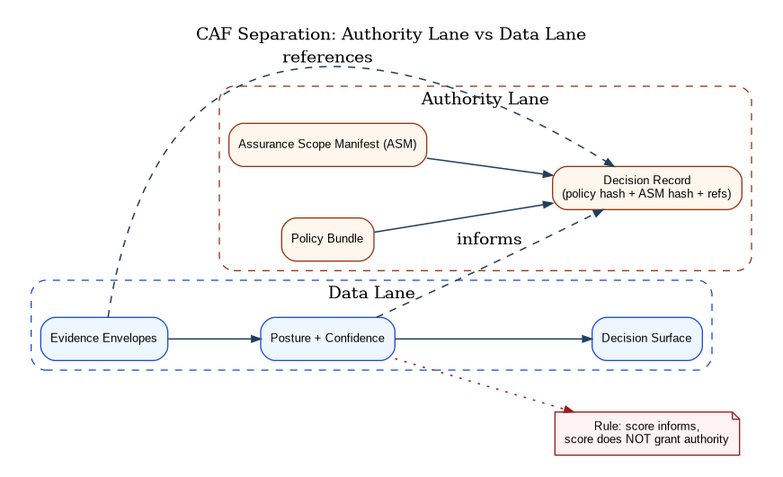
Earlier version of the Graphviz export papers/caf-ra/diagrams/caf_authority_data_separation.png (anboas/Whitepaper). Its source is kept beside it as papers/caf-ra/diagrams-src/caf_authority_data_separation.dot. The source it was exported from:
```dot
digraph CAFAuthorityData {
  rankdir=LR;
  graph [bgcolor="white", pad="0.25", nodesep="0.6", ranksep="0.7", labelloc="t", label="CAF Separation: Authority Lane vs Data Lane"];
  node [shape=box, style="rounded,filled", fillcolor="#F8FAFC", color="#204060", fontname="Arial", fontsize=10];
  edge [color="#204060", arrowsize=0.75, penwidth=1.15];

  subgraph cluster_auth {
    label="Authority Lane";
    color="#9A3412";
    style="rounded,dashed";
    ASM [label="Assurance Scope Manifest (ASM)", fillcolor="#FFF7ED", color="#9A3412"];
    Policy [label="Policy Bundle", fillcolor="#FFF7ED", color="#9A3412"];
    Decision [label="Decision Record\n(policy hash + ASM hash + refs)", fillcolor="#FFF7ED", color="#9A3412"];
    ASM -> Decision;
    Policy -> Decision;
  }

  subgraph cluster_data {
    label="Data Lane";
    color="#1D4ED8";
    style="rounded,dashed";
    Evidence [label="Evidence Envelopes", fillcolor="#EEF6FF", color="#1D4ED8"];
    Posture [label="Posture + Confidence", fillcolor="#EEF6FF", color="#1D4ED8"];
    Surface [label="Decision Surface", fillcolor="#EEF6FF", color="#1D4ED8"];
    Evidence -> Posture -> Surface;
  }

  Evidence -> Decision [label="references", style=dashed];
  Posture -> Decision [label="informs", style=dashed];

  Guard [label="Rule: score informs,\nscore does NOT grant authority", shape=note, fillcolor="#FEF2F2", color="#991B1B", fontsize=10];
  Posture -> Guard [style=dotted, color="#991B1B"];
}
```
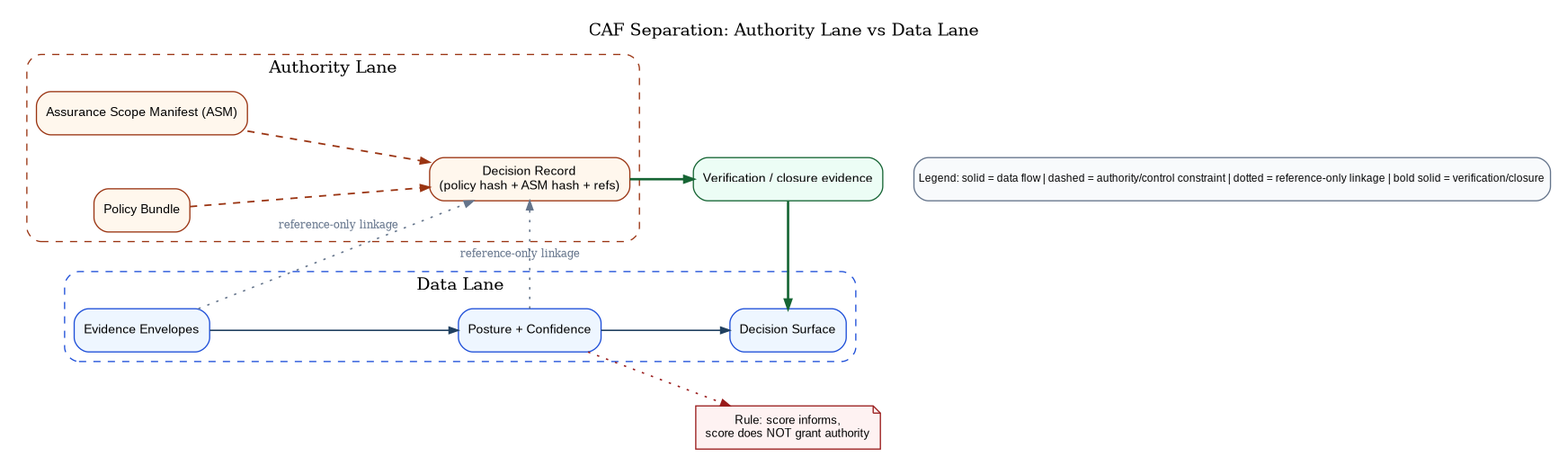
After the change.

Change to the diagram source:
```diff
@@ -1,8 +1,16 @@
 digraph CAFAuthorityData {
   rankdir=LR;
-  graph [bgcolor="white", pad="0.25", nodesep="0.6", ranksep="0.7", labelloc="t", label="CAF Separation: Authority Lane vs Data Lane"];
-  node [shape=box, style="rounded,filled", fillcolor="#F8FAFC", color="#204060", fontname="Arial", fontsize=10];
-  edge [color="#204060", arrowsize=0.75, penwidth=1.15];
+  graph [
+    bgcolor="white",
+    pad="0.20",
+    nodesep="0.62",
+    ranksep="0.72",
+    labelloc="t",
+    label="CAF Separation: Authority Lane vs Data Lane"
+  ];
+
+  node [shape=box, style="rounded,filled", fillcolor="#F8FAFC", color="#204060", fontname="Arial", fontsize=10.5];
+  edge [color="#204060", arrowsize=0.75, penwidth=1.2];
 
   subgraph cluster_auth {
     label="Authority Lane";
@@ -11,8 +19,8 @@
     ASM [label="Assurance Scope Manifest (ASM)", fillcolor="#FFF7ED", color="#9A3412"];
     Policy [label="Policy Bundle", fillcolor="#FFF7ED", color="#9A3412"];
     Decision [label="Decision Record\n(policy hash + ASM hash + refs)", fillcolor="#FFF7ED", color="#9A3412"];
-    ASM -> Decision;
-    Policy -> Decision;
+    ASM -> Decision [style=dashed, color="#9A3412", penwidth=1.35];
+    Policy -> Decision [style=dashed, color="#9A3412", penwidth=1.35];
   }
 
   subgraph cluster_data {
@@ -25,9 +33,27 @@
     Evidence -> Posture -> Surface;
   }
 
-  Evidence -> Decision [label="references", style=dashed];
-  Posture -> Decision [label="informs", style=dashed];
+  Evidence -> Decision [label="reference-only linkage", style=dotted, color="#64748B", fontcolor="#64748B", fontsize=8.7];
+  Posture -> Decision [label="reference-only linkage", style=dotted, color="#64748B", fontcolor="#64748B", fontsize=8.7];
+
+  Verify [label="Verification / closure evidence", fillcolor="#ECFDF5", color="#166534"];
+  Decision -> Verify [style=bold, color="#166534", penwidth=2.0];
+  Verify -> Surface [style=bold, color="#166534", penwidth=2.0];
 
   Guard [label="Rule: score informs,\nscore does NOT grant authority", shape=note, fillcolor="#FEF2F2", color="#991B1B", fontsize=10];
   Posture -> Guard [style=dotted, color="#991B1B"];
+
+  Legend [
+    shape=box,
+    style="rounded,filled",
+    fillcolor="#F8FAFC",
+    color="#64748B",
+    fontname="Arial",
+    fontsize=8.8,
+    margin="0.06,0.05",
+    label="Legend: solid = data flow | dashed = authority/control constraint | dotted = reference-only linkage | bold solid = verification/closure"
+  ];
+
+  { rank=sink; Legend; }
+  Verify -> Legend [style=invis, weight=0.01, constraint=false];
 }
```
